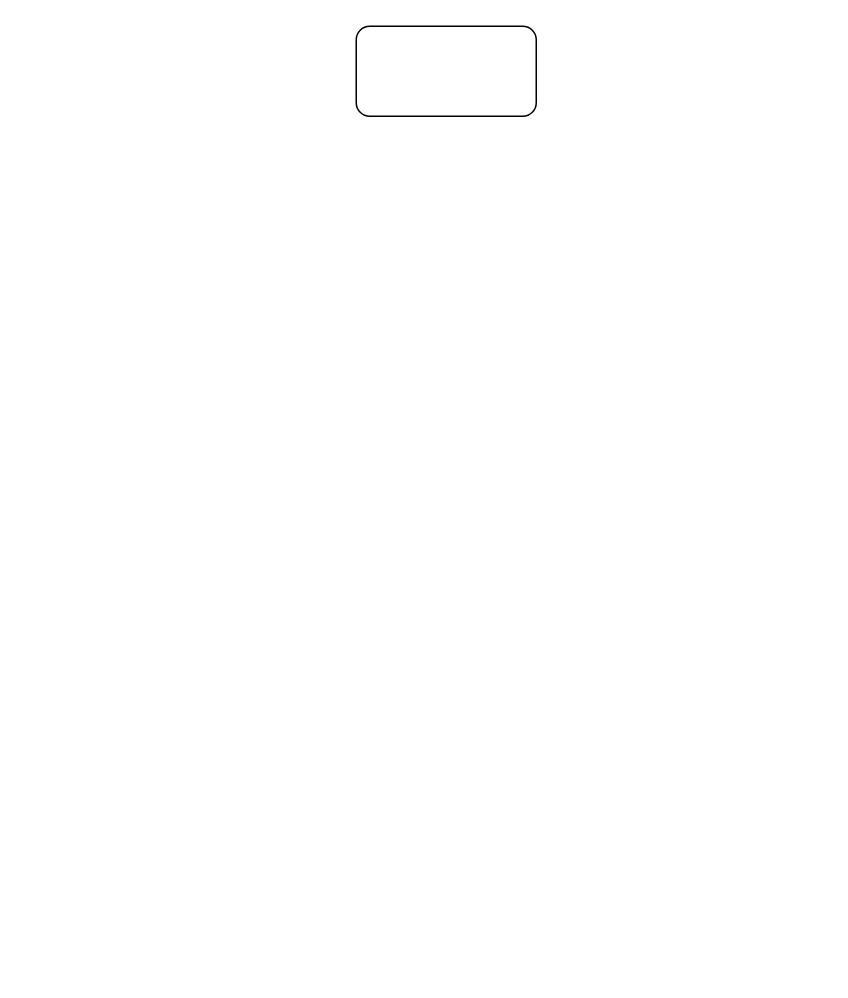
Above: page "Page-1" (1 of 2) of 组织结构图.drawio in ClearLiF/clearDiagram (draw.io), before the change. Source tidied: cells renumbered, new cells numbered last; positions are measured from the earlier drawing's top-left corner, leaving out a move shared by most shapes. Both pictures are drawn from the tidied source at 150%, with x=0, y=0 at pixel (356, 26).
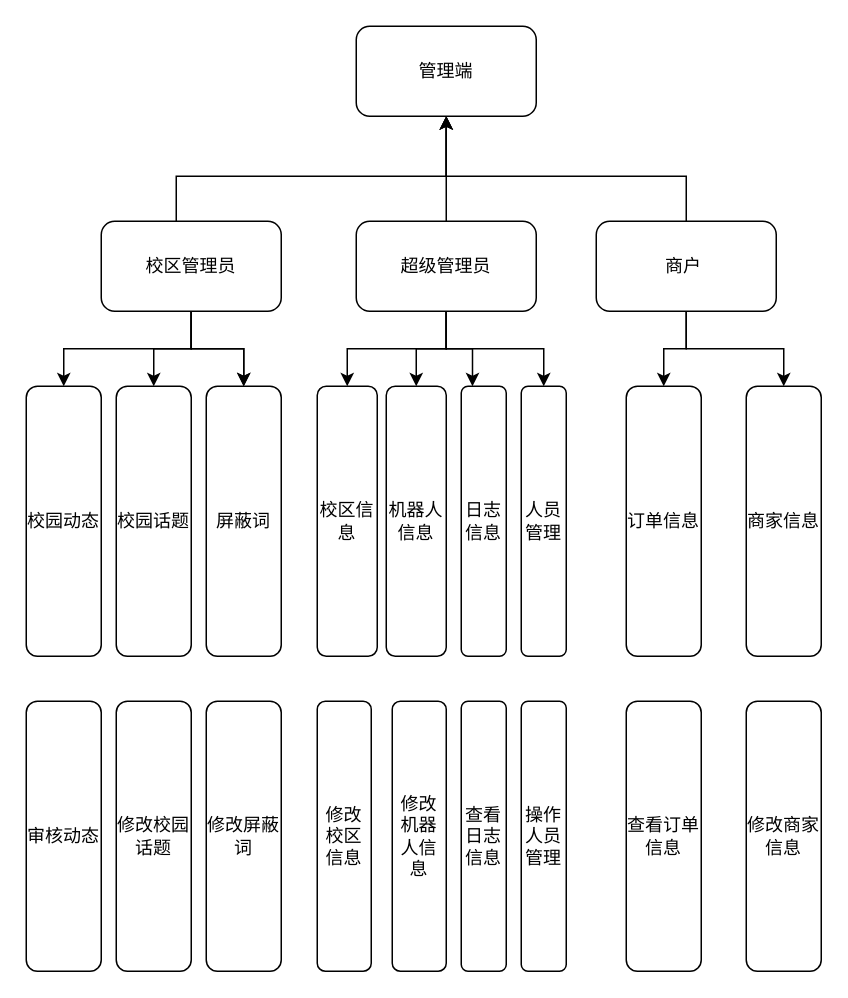
The same diagram, later.

Commit message (it also covers changes not shown here):
更新组织结构图.drawio

What changed in the source:
```diff
@@
-    <mxCell id="2" style="rounded=1;whiteSpace=wrap;html=1;" parent="1" vertex="1">
+    <mxCell id="2" value="管理端" style="rounded=1;whiteSpace=wrap;html=1;" parent="1" vertex="1">
       <mxGeometry width="120" height="60" as="geometry" />
     </mxCell>
+    <mxCell id="3" style="edgeStyle=orthogonalEdgeStyle;rounded=0;jettySize=auto;html=1;" parent="1" edge="1" target="2">
+      <mxGeometry relative="1" as="geometry">
+        <mxPoint x="-120" y="130" as="sourcePoint" />
+        <Array as="points">
+          <mxPoint x="-120" y="100" />
+          <mxPoint x="60" y="100" />
+        </Array>
+      </mxGeometry>
+    </mxCell>
+    <mxCell id="4" style="edgeStyle=orthogonalEdgeStyle;rounded=0;jettySize=auto;html=1;entryX=0.5;entryY=1;entryDx=0;entryDy=0;" parent="1" edge="1" source="9" target="2">
+      <mxGeometry relative="1" as="geometry" />
+    </mxCell>
+    <mxCell id="5" style="edgeStyle=orthogonalEdgeStyle;rounded=0;jettySize=auto;html=1;entryX=0.25;entryY=0;entryDx=0;entryDy=0;" parent="1" edge="1" source="9" target="24">
+      <mxGeometry relative="1" as="geometry" />
+    </mxCell>
+    <mxCell id="6" style="edgeStyle=orthogonalEdgeStyle;rounded=0;jettySize=auto;html=1;entryX=0.5;entryY=0;entryDx=0;entryDy=0;" parent="1" edge="1" source="9" target="22">
+      <mxGeometry relative="1" as="geometry" />
+    </mxCell>
+    <mxCell id="7" style="edgeStyle=orthogonalEdgeStyle;rounded=0;jettySize=auto;html=1;" parent="1" edge="1" source="9" target="23">
+      <mxGeometry relative="1" as="geometry" />
+    </mxCell>
+    <mxCell id="8" style="edgeStyle=orthogonalEdgeStyle;rounded=0;jettySize=auto;html=1;entryX=0.5;entryY=0;entryDx=0;entryDy=0;" parent="1" edge="1" source="9" target="35">
+      <mxGeometry relative="1" as="geometry" />
+    </mxCell>
+    <mxCell id="9" value="超级管理员" style="rounded=1;whiteSpace=wrap;html=1;" parent="1" vertex="1">
+      <mxGeometry y="130" width="120" height="60" as="geometry" />
+    </mxCell>
+    <mxCell id="10" style="edgeStyle=orthogonalEdgeStyle;rounded=0;jettySize=auto;html=1;entryX=0.5;entryY=1;entryDx=0;entryDy=0;" parent="1" edge="1" source="13" target="2">
+      <mxGeometry relative="1" as="geometry">
+        <Array as="points">
+          <mxPoint x="220" y="100" />
+          <mxPoint x="60" y="100" />
+        </Array>
+      </mxGeometry>
+    </mxCell>
+    <mxCell id="11" style="edgeStyle=orthogonalEdgeStyle;rounded=0;jettySize=auto;html=1;" parent="1" edge="1" source="13" target="26">
+      <mxGeometry relative="1" as="geometry" />
+    </mxCell>
+    <mxCell id="12" style="edgeStyle=orthogonalEdgeStyle;rounded=0;jettySize=auto;html=1;entryX=0.5;entryY=0;entryDx=0;entryDy=0;" parent="1" edge="1" source="13" target="25">
+      <mxGeometry relative="1" as="geometry" />
+    </mxCell>
+    <mxCell id="13" value="商户&amp;nbsp;" style="rounded=1;whiteSpace=wrap;html=1;" parent="1" vertex="1">
+      <mxGeometry x="160" y="130" width="120" height="60" as="geometry" />
+    </mxCell>
+    <mxCell id="14" style="edgeStyle=orthogonalEdgeStyle;rounded=0;jettySize=auto;html=1;" parent="1" edge="1" source="18" target="21">
+      <mxGeometry relative="1" as="geometry" />
+    </mxCell>
+    <mxCell id="15" style="edgeStyle=orthogonalEdgeStyle;rounded=0;jettySize=auto;html=1;entryX=0.5;entryY=0;entryDx=0;entryDy=0;" parent="1" edge="1" source="18" target="20">
+      <mxGeometry relative="1" as="geometry" />
+    </mxCell>
+    <mxCell id="16" style="edgeStyle=orthogonalEdgeStyle;rounded=0;jettySize=auto;html=1;" parent="1" edge="1" source="18" target="21">
+      <mxGeometry relative="1" as="geometry" />
+    </mxCell>
+    <mxCell id="17" style="edgeStyle=orthogonalEdgeStyle;rounded=0;jettySize=auto;html=1;" parent="1" edge="1" source="18" target="19">
+      <mxGeometry relative="1" as="geometry" />
+    </mxCell>
+    <mxCell id="18" value="校区管理员" style="rounded=1;whiteSpace=wrap;html=1;" parent="1" vertex="1">
+      <mxGeometry x="-170" y="130" width="120" height="60" as="geometry" />
+    </mxCell>
+    <mxCell id="19" value="校园动态" style="rounded=1;whiteSpace=wrap;html=1;" parent="1" vertex="1">
+      <mxGeometry x="-220" y="240" width="50" height="180" as="geometry" />
+    </mxCell>
+    <mxCell id="20" value="校园话题" style="rounded=1;whiteSpace=wrap;html=1;" parent="1" vertex="1">
+      <mxGeometry x="-160" y="240" width="50" height="180" as="geometry" />
+    </mxCell>
+    <mxCell id="21" value="屏蔽词" style="rounded=1;whiteSpace=wrap;html=1;" parent="1" vertex="1">
+      <mxGeometry x="-100" y="240" width="50" height="180" as="geometry" />
+    </mxCell>
+    <mxCell id="22" value="校区信息" style="rounded=1;whiteSpace=wrap;html=1;" parent="1" vertex="1">
+      <mxGeometry x="-26" y="240" width="40" height="180" as="geometry" />
+    </mxCell>
+    <mxCell id="23" value="机器人信息" style="rounded=1;whiteSpace=wrap;html=1;" parent="1" vertex="1">
+      <mxGeometry x="20" y="240" width="40" height="180" as="geometry" />
+    </mxCell>
+    <mxCell id="24" value="日志信息" style="rounded=1;whiteSpace=wrap;html=1;" parent="1" vertex="1">
+      <mxGeometry x="70" y="240" width="30" height="180" as="geometry" />
+    </mxCell>
+    <mxCell id="25" value="订单信息" style="rounded=1;whiteSpace=wrap;html=1;" parent="1" vertex="1">
+      <mxGeometry x="180" y="240" width="50" height="180" as="geometry" />
+    </mxCell>
+    <mxCell id="26" value="商家信息" style="rounded=1;whiteSpace=wrap;html=1;" parent="1" vertex="1">
+      <mxGeometry x="260" y="240" width="50" height="180" as="geometry" />
+    </mxCell>
+    <mxCell id="27" value="审核动态" style="rounded=1;whiteSpace=wrap;html=1;" parent="1" vertex="1">
+      <mxGeometry x="-220" y="450" width="50" height="180" as="geometry" />
+    </mxCell>
+    <mxCell id="28" value="修改校园话题" style="rounded=1;whiteSpace=wrap;html=1;" parent="1" vertex="1">
+      <mxGeometry x="-160" y="450" width="50" height="180" as="geometry" />
+    </mxCell>
+    <mxCell id="29" value="修改屏蔽词" style="rounded=1;whiteSpace=wrap;html=1;" parent="1" vertex="1">
+      <mxGeometry x="-100" y="450" width="50" height="180" as="geometry" />
+    </mxCell>
+    <mxCell id="30" value="修改校区信息" style="rounded=1;whiteSpace=wrap;html=1;" parent="1" vertex="1">
+      <mxGeometry x="-26" y="450" width="36" height="180" as="geometry" />
+    </mxCell>
+    <mxCell id="31" value="修改机器人信息" style="rounded=1;whiteSpace=wrap;html=1;" parent="1" vertex="1">
+      <mxGeometry x="24" y="450" width="36" height="180" as="geometry" />
+    </mxCell>
+    <mxCell id="32" value="查看日志信息" style="rounded=1;whiteSpace=wrap;html=1;" parent="1" vertex="1">
+      <mxGeometry x="70" y="450" width="30" height="180" as="geometry" />
+    </mxCell>
+    <mxCell id="33" value="查看订单信息" style="rounded=1;whiteSpace=wrap;html=1;" parent="1" vertex="1">
+      <mxGeometry x="180" y="450" width="50" height="180" as="geometry" />
+    </mxCell>
+    <mxCell id="34" value="修改商家信息" style="rounded=1;whiteSpace=wrap;html=1;" parent="1" vertex="1">
+      <mxGeometry x="260" y="450" width="50" height="180" as="geometry" />
+    </mxCell>
+    <mxCell id="35" value="人员管理" style="rounded=1;whiteSpace=wrap;html=1;" parent="1" vertex="1">
+      <mxGeometry x="110" y="240" width="30" height="180" as="geometry" />
+    </mxCell>
+    <mxCell id="36" value="操作人员管理" style="rounded=1;whiteSpace=wrap;html=1;" parent="1" vertex="1">
+      <mxGeometry x="110" y="450" width="30" height="180" as="geometry" />
+    </mxCell>
```
